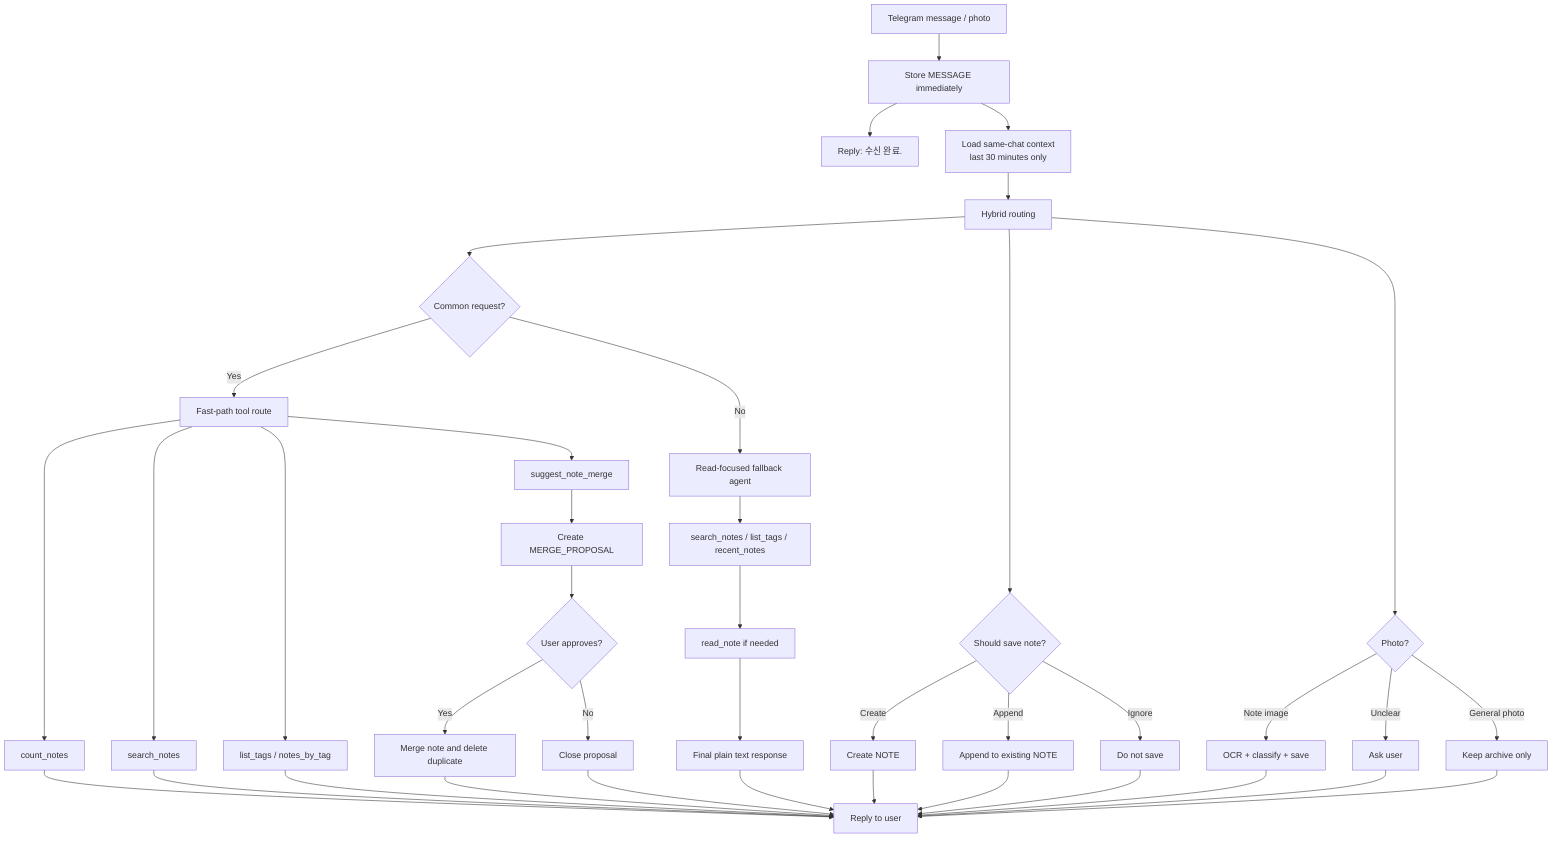
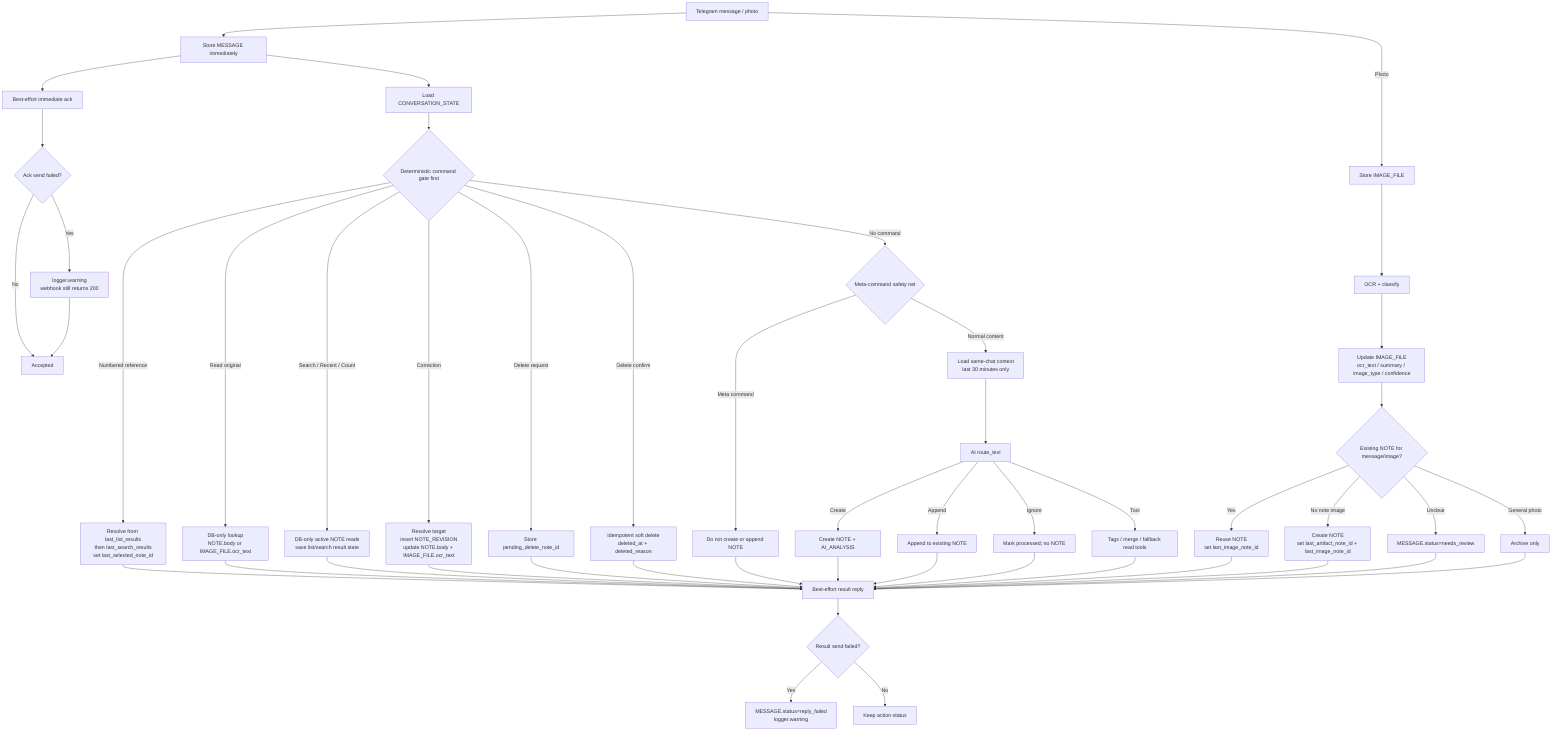
flowchart TD
    In["Telegram message / photo"] --> Store["Store MESSAGE immediately"]
-     Store --> Ack["Reply: 수신 완료."]
-     Store --> Context["Load same-chat context<br/>last 30 minutes only"]
-     Context --> Decide["Hybrid routing"]
+     Store --> Ack["Best-effort immediate ack"]
+     Ack --> AckFail{"Ack send failed?"}
+     AckFail -->|Yes| AckWarn["logger.warning<br/>webhook still returns 200"]
+     AckFail -->|No| Accepted["Accepted"]
+     AckWarn --> Accepted

-     Decide --> Fast{"Common request?"}
-     Fast -->|Yes| FastTool["Fast-path tool route"]
-     Fast -->|No| Agent["Read-focused fallback agent"]
+     Store --> State["Load CONVERSATION_STATE"]
+     State --> Gate{"Deterministic command gate first"}

-     FastTool --> Count["count_notes"]
-     FastTool --> Search["search_notes"]
-     FastTool --> Tags["list_tags / notes_by_tag"]
-     FastTool --> MergeSuggest["suggest_note_merge"]
+     Gate -->|Numbered reference| Numbered["Resolve from last_list_results<br/>then last_search_results<br/>set last_selected_note_id"]
+     Gate -->|Read original| ReadLast["DB-only lookup<br/>NOTE.body or IMAGE_FILE.ocr_text"]
+     Gate -->|Search / Recent / Count| ReadTools["DB-only active NOTE reads<br/>save list/search result state"]
+     Gate -->|Correction| Correct["Resolve target<br/>insert NOTE_REVISION<br/>update NOTE.body + IMAGE_FILE.ocr_text"]
+     Gate -->|Delete request| DeleteAsk["Store pending_delete_note_id"]
+     Gate -->|Delete confirm| DeleteExec["Idempotent soft delete<br/>deleted_at + deleted_reason"]
+     Gate -->|No command| MetaGuard{"Meta-command safety net"}

-     Agent --> Read1["search_notes / list_tags / recent_notes"]
-     Read1 --> Read2["read_note if needed"]
-     Read2 --> Respond["Final plain text response"]
+     MetaGuard -->|Meta command| NoSave["Do not create or append NOTE"]
+     MetaGuard -->|Normal content| Context["Load same-chat context<br/>last 30 minutes only"]
+     Context --> AIRouter["AI route_text"]

-     Decide --> Note{"Should save note?"}
-     Note -->|Create| Create["Create NOTE"]
-     Note -->|Append| Append["Append to existing NOTE"]
-     Note -->|Ignore| Ignore["Do not save"]
+     AIRouter -->|Create| Create["Create NOTE + AI_ANALYSIS"]
+     AIRouter -->|Append| Append["Append to existing NOTE"]
+     AIRouter -->|Ignore| Ignore["Mark processed; no NOTE"]
+     AIRouter -->|Tool| Tool["Tags / merge / fallback read tools"]

-     Decide --> Photo{"Photo?"}
-     Photo -->|Note image| OCR["OCR + classify + save"]
-     Photo -->|Unclear| Clarify["Ask user"]
-     Photo -->|General photo| Archive["Keep archive only"]
+     In -->|Photo| Photo["Store IMAGE_FILE"]
+     Photo --> Vision["OCR + classify"]
+     Vision --> ImageUpdate["Update IMAGE_FILE<br/>ocr_text / summary / image_type / confidence"]
+     ImageUpdate --> Existing{"Existing NOTE for message/image?"}
+     Existing -->|Yes| ExistingRef["Reuse NOTE<br/>set last_image_note_id"]
+     Existing -->|No note image| ImageNote["Create NOTE<br/>set last_artifact_note_id + last_image_note_id"]
+     Existing -->|Unclear| Review["MESSAGE.status=needs_review"]
+     Existing -->|General photo| PhotoOnly["Archive only"]

-     MergeSuggest --> Proposal["Create MERGE_PROPOSAL"]
-     Proposal --> Approve{"User approves?"}
-     Approve -->|Yes| MergeExec["Merge note and delete duplicate"]
-     Approve -->|No| Close["Close proposal"]
+     Numbered --> Reply["Best-effort result reply"]
+     ReadLast --> Reply
+     ReadTools --> Reply
+     Correct --> Reply
+     DeleteAsk --> Reply
+     DeleteExec --> Reply
+     NoSave --> Reply
+     Create --> Reply
+     Append --> Reply
+     Ignore --> Reply
+     Tool --> Reply
+     ExistingRef --> Reply
+     ImageNote --> Reply
+     Review --> Reply
+     PhotoOnly --> Reply

-     Count --> Done["Reply to user"]
-     Search --> Done
-     Tags --> Done
-     Respond --> Done
-     Create --> Done
-     Append --> Done
-     Ignore --> Done
-     OCR --> Done
-     Clarify --> Done
-     Archive --> Done
-     MergeExec --> Done
-     Close --> Done
+     Reply --> ReplyFail{"Result send failed?"}
+     ReplyFail -->|Yes| ReplyFailed["MESSAGE.status=reply_failed<br/>logger.warning"]
+     ReplyFail -->|No| Done["Keep action status"]
